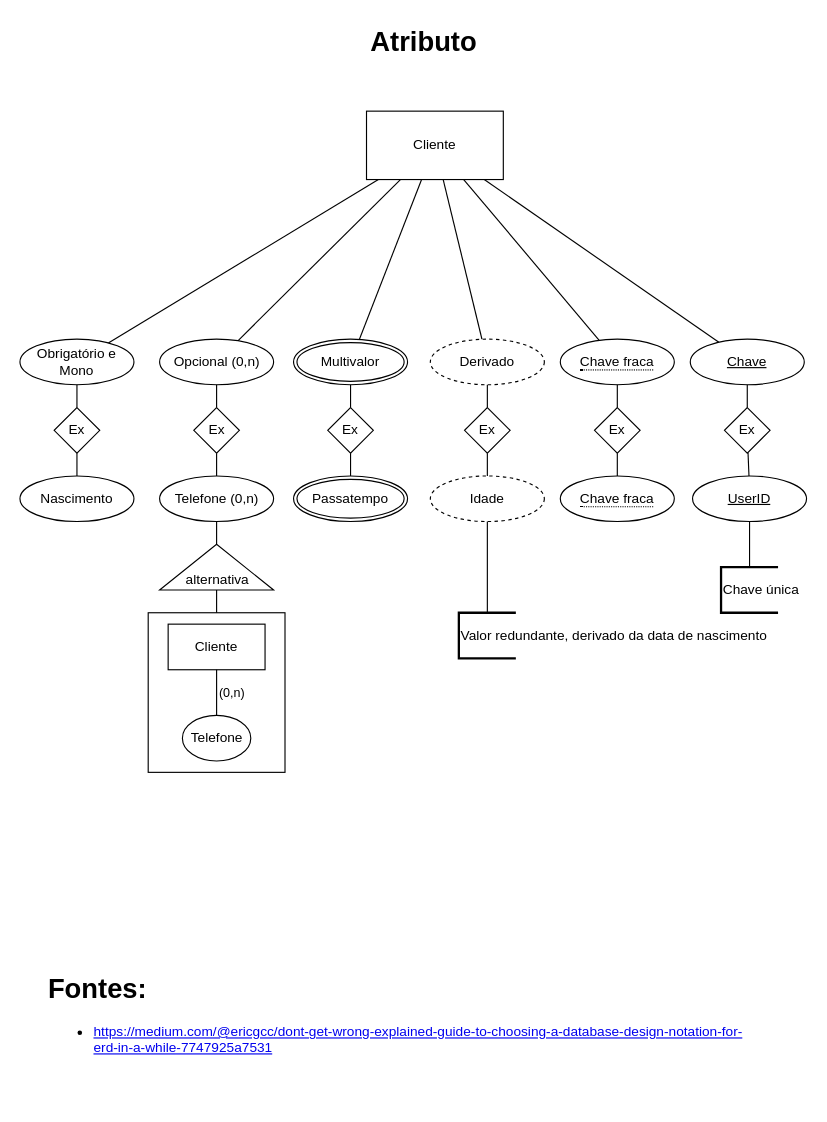
Earlier version of the draw.io diagram teoria/atributo.drawio (yxuo/BD_1). Source tidied: cells renumbered, new cells numbered last; positions are measured from the earlier drawing's top-left corner, leaving out a move shared by most shapes. Both pictures are drawn from the tidied source at 114%, with x=0, y=0 at pixel (19, 19).
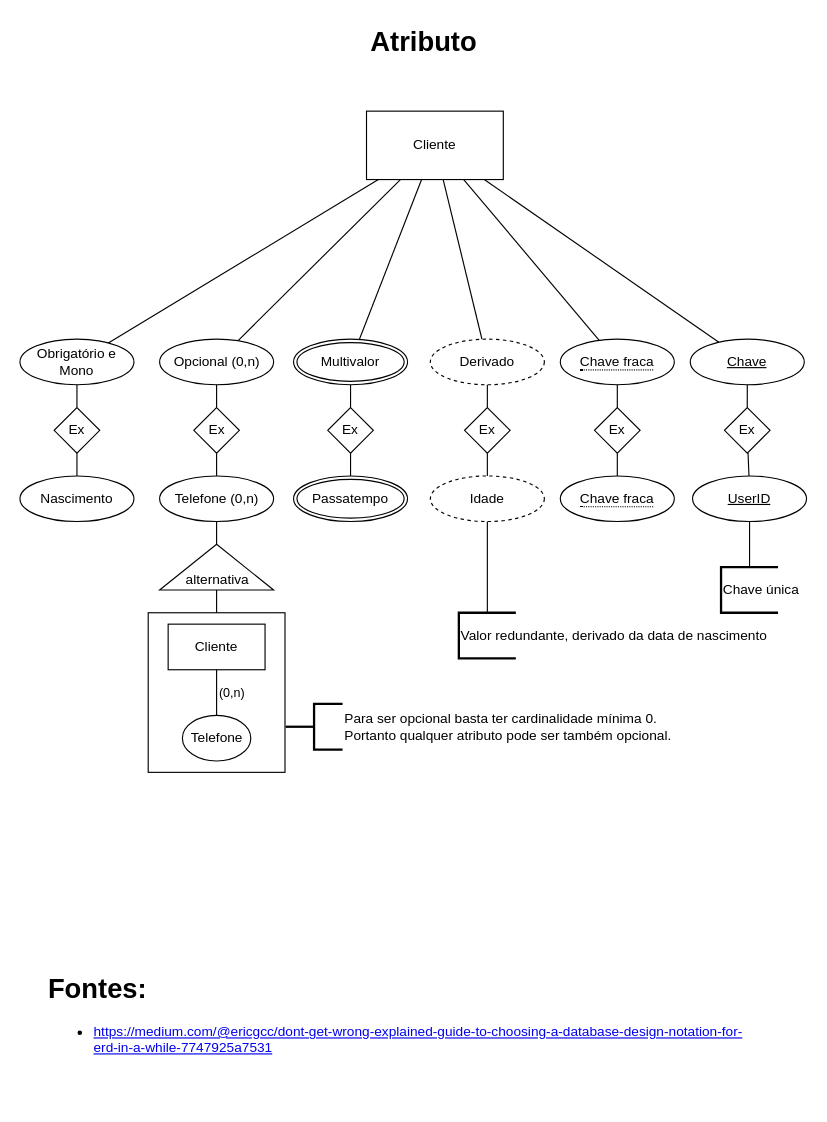
The same page after the edit.

Diff of the diagram source:
```diff
@@
+    <mxCell id="52" value="Para ser opcional basta ter cardinalidade mínima 0.&lt;br&gt;Portanto qualquer atributo pode ser também opcional." style="strokeWidth=2;html=1;shape=mxgraph.flowchart.annotation_2;align=left;labelPosition=right;" parent="1" vertex="1">
+      <mxGeometry x="233" y="600" width="50" height="40" as="geometry" />
+    </mxCell>
```
